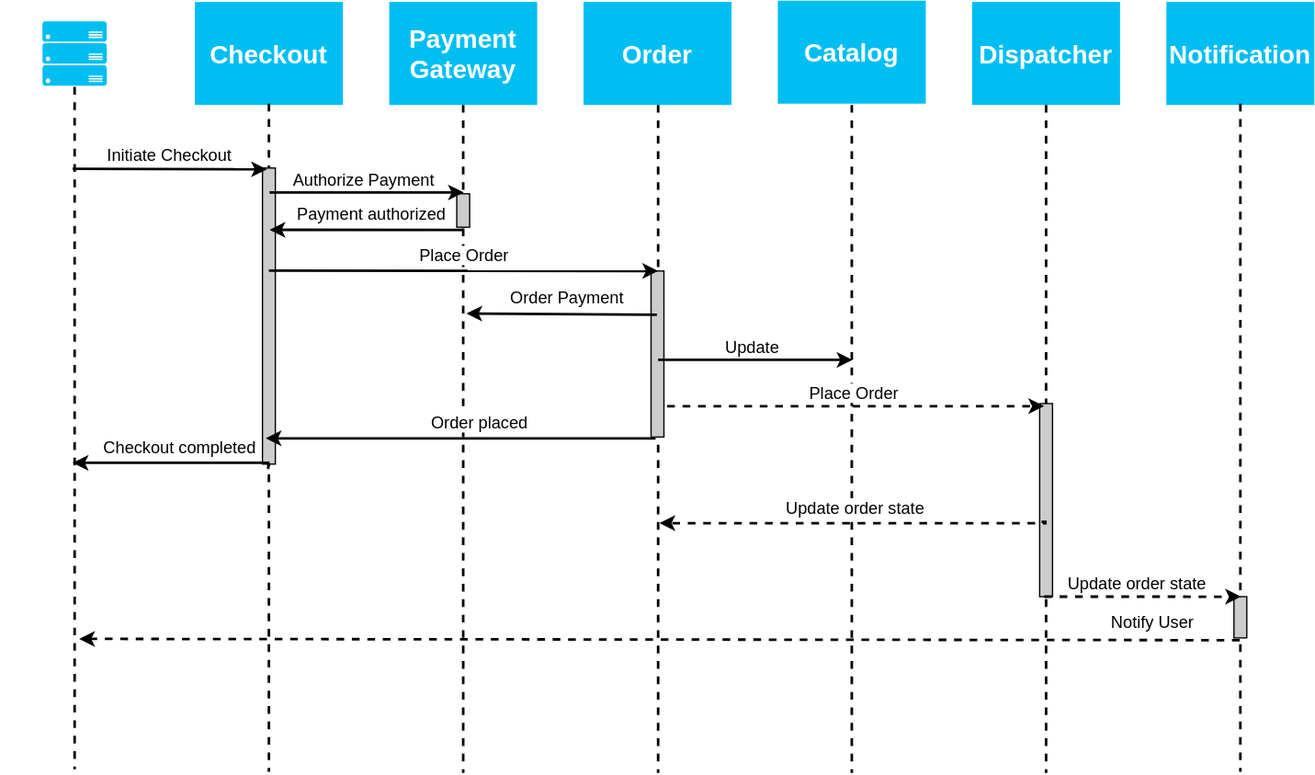
Above: domain/resources/hey-blue-order-behavior.drawio.svg in iptch/2022-fall-architectural-katas (draw.io), before the change. Source tidied: cells renumbered, new cells last; positions are measured from the earlier drawing's top-left corner, leaving out a move shared by most shapes.
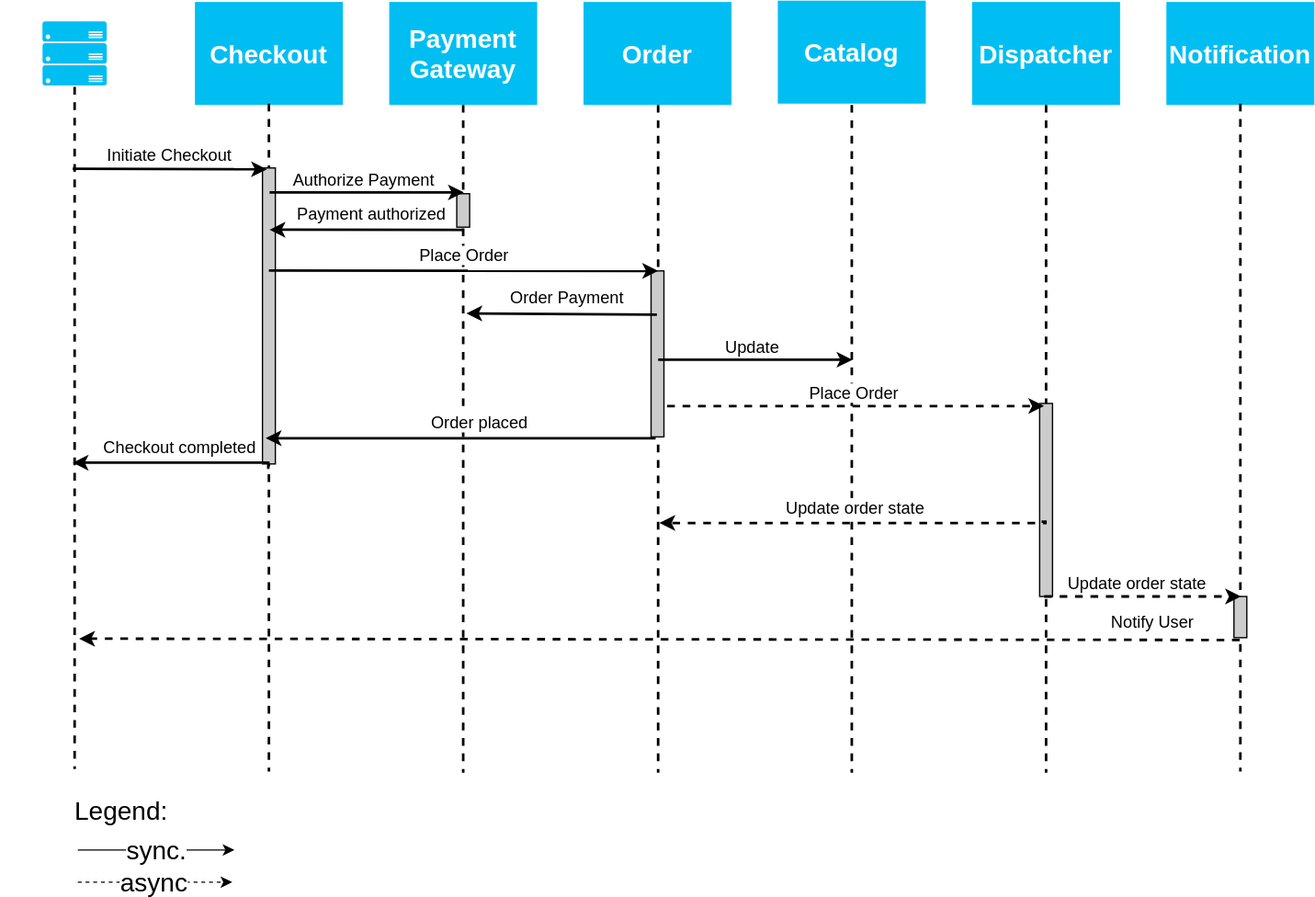
Later version of the same file.

Commit message:
add legend to order behavior graphic

What changed in the source:
```diff
@@ -182,5 +182,25 @@
         <mxPoint x="210" y="-16" as="offset" />
       </mxGeometry>
     </mxCell>
+    <mxCell id="46" value="sync." style="endArrow=classic;html=1;rounded=0;fontSize=20;" parent="1" edge="1">
+      <mxGeometry relative="1" as="geometry">
+        <mxPoint x="60" y="660" as="sourcePoint" />
+        <mxPoint x="181.6" y="660" as="targetPoint" />
+      </mxGeometry>
+    </mxCell>
+    <mxCell id="47" style="endArrow=classic;dashed=1;html=1;rounded=0;endFill=1;fontSize=20;" parent="1" edge="1">
+      <mxGeometry relative="1" as="geometry">
+        <mxPoint x="60" y="685" as="sourcePoint" />
+        <mxPoint x="180" y="685" as="targetPoint" />
+      </mxGeometry>
+    </mxCell>
+    <mxCell id="48" value="async" style="edgeLabel;html=1;align=center;verticalAlign=middle;fontSize=20;" parent="47" vertex="1">
+      <mxGeometry x="0.26" y="1" relative="1" as="geometry">
+        <mxPoint x="-18" as="offset" />
+      </mxGeometry>
+    </mxCell>
+    <mxCell id="49" value="Legend:" style="text;html=1;strokeColor=none;fillColor=none;align=center;verticalAlign=middle;whiteSpace=wrap;rounded=0;fontSize=20;" parent="1" vertex="1">
+      <mxGeometry x="64" y="614" width="60" height="30" as="geometry" />
+    </mxCell>
   </root>
 </mxGraphModel>
```
